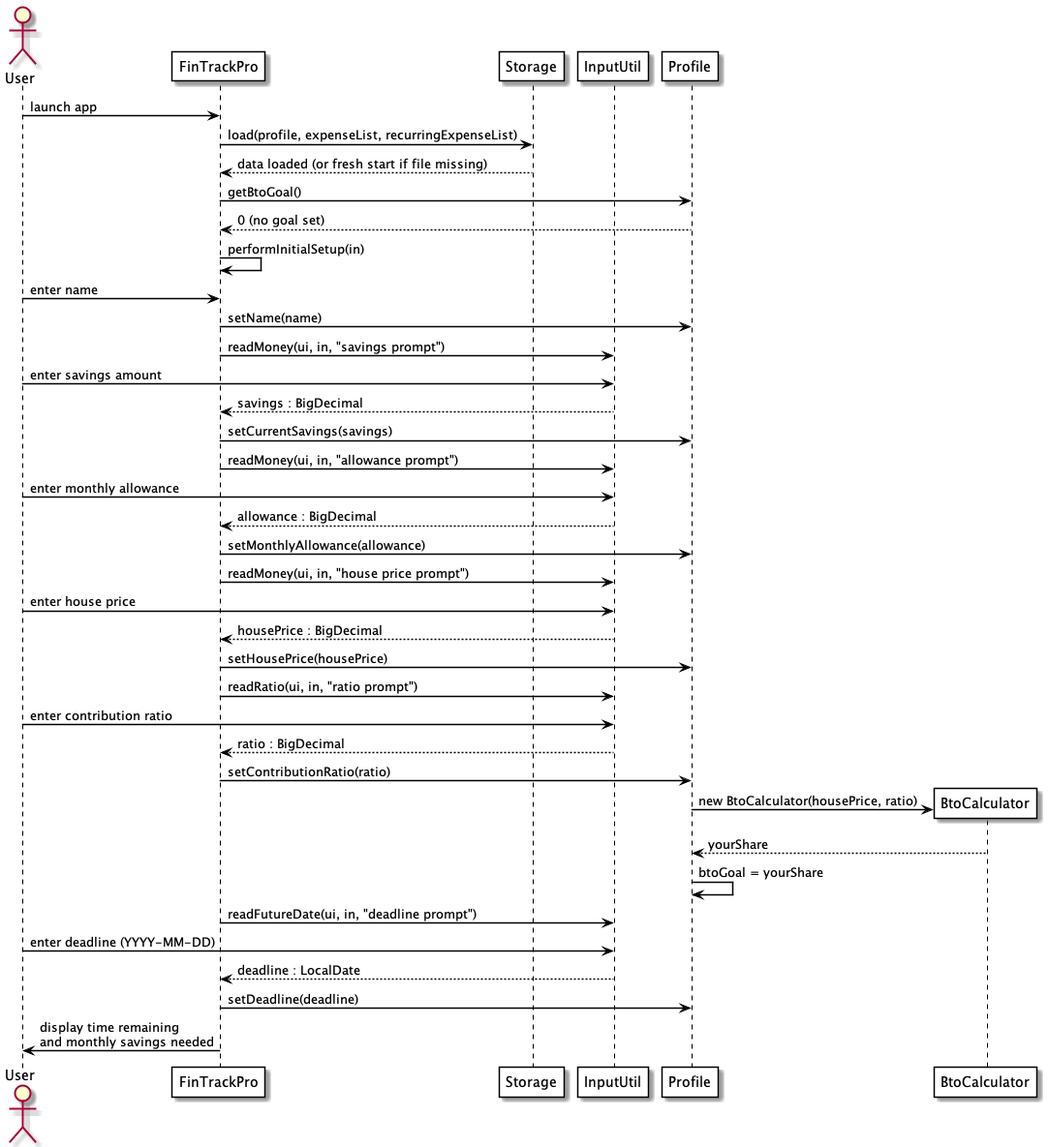
Above: docs/diagram/ProfileSetup-SequenceDiagram.png in nicholaslauhy/tp (PlantUML), before the change.
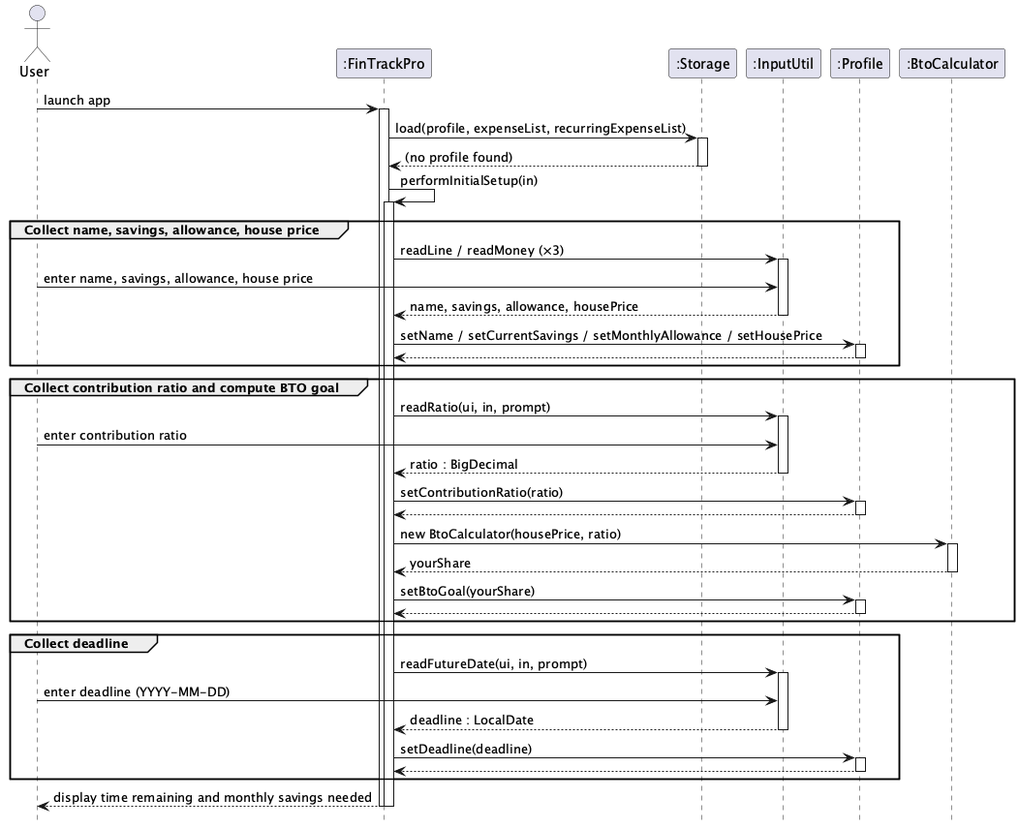
Above is the later version.

Diff of the diagram source:
```diff
@@ -1,57 +1,70 @@
-@startuml ProfileSetup-SequenceDiagram
-
-skinparam sequenceArrowThickness 1.5
-skinparam sequenceParticipantBorderColor Black
-skinparam sequenceParticipantBackgroundColor White
-skinparam sequenceLifeLineBorderColor Black
-skinparam sequenceArrowColor Black
-
+@startuml
+hide footbox
 actor User
-participant FinTrackPro
-participant Storage
-participant InputUtil
-participant Profile
-participant BtoCalculator
+participant ":FinTrackPro" as FinTrackPro
+participant ":Storage" as Storage
+participant ":InputUtil" as InputUtil
+participant ":Profile" as Profile
+participant ":BtoCalculator" as BtoCalculator
 
 User -> FinTrackPro : launch app
+activate FinTrackPro
+
 FinTrackPro -> Storage : load(profile, expenseList, recurringExpenseList)
-Storage --> FinTrackPro : data loaded (or fresh start if file missing)
-FinTrackPro -> Profile : getBtoGoal()
-Profile --> FinTrackPro : 0 (no goal set)
+activate Storage
+Storage --> FinTrackPro : (no profile found)
+deactivate Storage
+
 FinTrackPro -> FinTrackPro : performInitialSetup(in)
+activate FinTrackPro
 
-User -> FinTrackPro : enter name
-FinTrackPro -> Profile : setName(name)
+group Collect name, savings, allowance, house price
+    FinTrackPro -> InputUtil : readLine / readMoney (×3)
+    activate InputUtil
+    User -> InputUtil : enter name, savings, allowance, house price
+    InputUtil --> FinTrackPro : name, savings, allowance, housePrice
+    deactivate InputUtil
+    FinTrackPro -> Profile : setName / setCurrentSavings / setMonthlyAllowance / setHousePrice
+    activate Profile
+    Profile --> FinTrackPro
+    deactivate Profile
+end
 
-FinTrackPro -> InputUtil : readMoney(ui, in, "savings prompt")
-User -> InputUtil : enter savings amount
-InputUtil --> FinTrackPro : savings : BigDecimal
-FinTrackPro -> Profile : setCurrentSavings(savings)
+group Collect contribution ratio and compute BTO goal
+    FinTrackPro -> InputUtil : readRatio(ui, in, prompt)
+    activate InputUtil
+    User -> InputUtil : enter contribution ratio
+    InputUtil --> FinTrackPro : ratio : BigDecimal
+    deactivate InputUtil
+    FinTrackPro -> Profile : setContributionRatio(ratio)
+    activate Profile
+    Profile --> FinTrackPro
+    deactivate Profile
+    FinTrackPro -> BtoCalculator : new BtoCalculator(housePrice, ratio)
+    activate BtoCalculator
+    BtoCalculator --> FinTrackPro : yourShare
+    deactivate BtoCalculator
+    FinTrackPro -> Profile : setBtoGoal(yourShare)
+    activate Profile
+    Profile --> FinTrackPro
+    deactivate Profile
+end
 
-FinTrackPro -> InputUtil : readMoney(ui, in, "allowance prompt")
-User -> InputUtil : enter monthly allowance
-InputUtil --> FinTrackPro : allowance : BigDecimal
-FinTrackPro -> Profile : setMonthlyAllowance(allowance)
+group Collect deadline
+    FinTrackPro -> InputUtil : readFutureDate(ui, in, prompt)
+    activate InputUtil
+    User -> InputUtil : enter deadline (YYYY-MM-DD)
+    InputUtil --> FinTrackPro : deadline : LocalDate
+    deactivate InputUtil
+    FinTrackPro -> Profile : setDeadline(deadline)
+    activate Profile
+    Profile --> FinTrackPro
+    deactivate Profile
+end
 
-FinTrackPro -> InputUtil : readMoney(ui, in, "house price prompt")
-User -> InputUtil : enter house price
-InputUtil --> FinTrackPro : housePrice : BigDecimal
-FinTrackPro -> Profile : setHousePrice(housePrice)
+FinTrackPro --> User : display time remaining and monthly savings needed
 
-FinTrackPro -> InputUtil : readRatio(ui, in, "ratio prompt")
-User -> InputUtil : enter contribution ratio
-InputUtil --> FinTrackPro : ratio : BigDecimal
-FinTrackPro -> Profile : setContributionRatio(ratio)
-create BtoCalculator
-Profile -> BtoCalculator : new BtoCalculator(housePrice, ratio)
-BtoCalculator --> Profile : yourShare
-Profile -> Profile : btoGoal = yourShare
-
-FinTrackPro -> InputUtil : readFutureDate(ui, in, "deadline prompt")
-User -> InputUtil : enter deadline (YYYY-MM-DD)
-InputUtil --> FinTrackPro : deadline : LocalDate
-FinTrackPro -> Profile : setDeadline(deadline)
-
-FinTrackPro -> User : display time remaining\nand monthly savings needed
+deactivate FinTrackPro
+deactivate FinTrackPro
 
 @enduml
```
